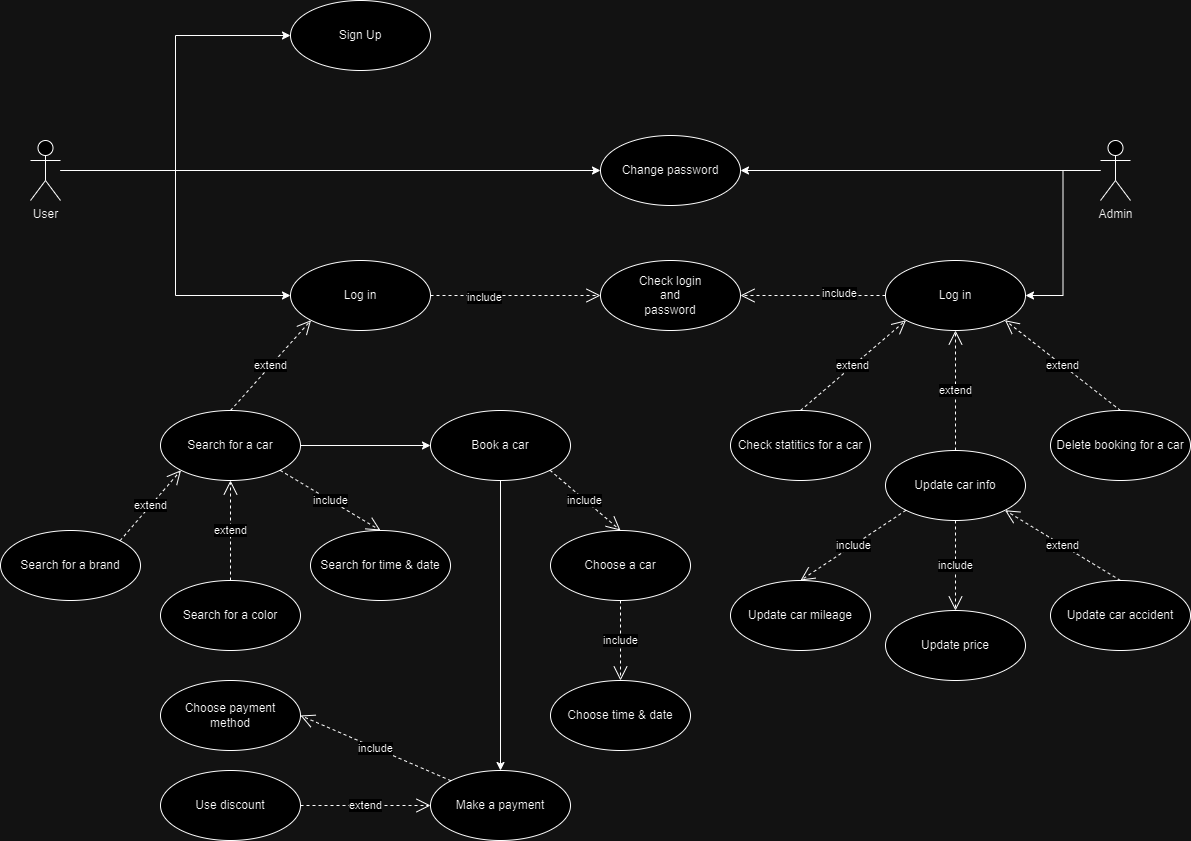
Above: use_case.drawio (1).png in AbdullinaLR/UML (draw.io), before the change. Source tidied: cells renumbered, new cells last; positions are measured from the earlier drawing's top-left corner, leaving out a move shared by most shapes. The source it was exported from:
```xml
<mxGraphModel>
  <root>
    <mxCell id="0" />
    <mxCell id="1" parent="0" />
    <mxCell id="2" style="edgeStyle=orthogonalEdgeStyle;rounded=0;jettySize=auto;html=1;entryX=1;entryY=0.5;entryDx=0;entryDy=0;" parent="1" edge="1" source="4" target="33">
      <mxGeometry relative="1" as="geometry" />
    </mxCell>
    <mxCell id="3" style="edgeStyle=orthogonalEdgeStyle;rounded=0;jettySize=auto;html=1;entryX=1;entryY=0.5;entryDx=0;entryDy=0;" parent="1" edge="1" source="4" target="35">
      <mxGeometry relative="1" as="geometry" />
    </mxCell>
    <mxCell id="4" value="Admin" style="shape=umlActor;verticalLabelPosition=bottom;verticalAlign=top;html=1;outlineConnect=0;" parent="1" vertex="1">
      <mxGeometry x="1100" y="140" width="30" height="60" as="geometry" />
    </mxCell>
    <mxCell id="5" value="Make a payment" style="ellipse;whiteSpace=wrap;html=1;" parent="1" vertex="1">
      <mxGeometry x="430" y="770" width="140" height="70" as="geometry" />
    </mxCell>
    <mxCell id="6" value="Use discount" style="ellipse;whiteSpace=wrap;html=1;" parent="1" vertex="1">
      <mxGeometry x="160" y="770" width="140" height="70" as="geometry" />
    </mxCell>
    <mxCell id="7" value="extend" style="endArrow=open;endSize=12;dashed=1;html=1;rounded=0;exitX=1;exitY=0.5;exitDx=0;exitDy=0;entryX=0;entryY=0.5;entryDx=0;entryDy=0;exitPerimeter=0;" parent="1" edge="1" source="6" target="5">
      <mxGeometry relative="1" as="geometry" />
    </mxCell>
    <mxCell id="8" value="Choose&amp;nbsp;payment &lt;br&gt;method" style="ellipse;whiteSpace=wrap;html=1;" parent="1" vertex="1">
      <mxGeometry x="160" y="680" width="140" height="70" as="geometry" />
    </mxCell>
    <mxCell id="9" value="include" style="endArrow=open;endSize=12;dashed=1;html=1;rounded=0;exitX=0;exitY=0;exitDx=0;exitDy=0;entryX=1;entryY=0.5;entryDx=0;entryDy=0;" parent="1" edge="1" source="5" target="8">
      <mxGeometry relative="1" as="geometry" />
    </mxCell>
    <mxCell id="10" style="edgeStyle=orthogonalEdgeStyle;rounded=0;jettySize=auto;html=1;entryX=0;entryY=0.5;entryDx=0;entryDy=0;" parent="1" edge="1" source="13" target="31">
      <mxGeometry relative="1" as="geometry" />
    </mxCell>
    <mxCell id="11" style="edgeStyle=orthogonalEdgeStyle;rounded=0;jettySize=auto;html=1;entryX=0;entryY=0.5;entryDx=0;entryDy=0;" parent="1" edge="1" source="13" target="28">
      <mxGeometry relative="1" as="geometry" />
    </mxCell>
    <mxCell id="12" style="edgeStyle=orthogonalEdgeStyle;rounded=0;jettySize=auto;html=1;entryX=0;entryY=0.5;entryDx=0;entryDy=0;" parent="1" edge="1" source="13" target="35">
      <mxGeometry relative="1" as="geometry" />
    </mxCell>
    <mxCell id="13" value="User" style="shape=umlActor;verticalLabelPosition=bottom;verticalAlign=top;html=1;outlineConnect=0;" parent="1" vertex="1">
      <mxGeometry x="30" y="140" width="30" height="60" as="geometry" />
    </mxCell>
    <mxCell id="14" style="edgeStyle=orthogonalEdgeStyle;rounded=0;jettySize=auto;html=1;entryX=0;entryY=0.5;entryDx=0;entryDy=0;" parent="1" edge="1" source="15" target="23">
      <mxGeometry relative="1" as="geometry" />
    </mxCell>
    <mxCell id="15" value="Search for a car" style="ellipse;whiteSpace=wrap;html=1;" parent="1" vertex="1">
      <mxGeometry x="160" y="410" width="140" height="70" as="geometry" />
    </mxCell>
    <mxCell id="16" value="Search for a color" style="ellipse;whiteSpace=wrap;html=1;" parent="1" vertex="1">
      <mxGeometry x="160" y="580" width="140" height="70" as="geometry" />
    </mxCell>
    <mxCell id="17" value="Search for time &amp;amp; date" style="ellipse;whiteSpace=wrap;html=1;" parent="1" vertex="1">
      <mxGeometry x="310" y="530" width="140" height="70" as="geometry" />
    </mxCell>
    <mxCell id="18" value="Search for a brand" style="ellipse;whiteSpace=wrap;html=1;" parent="1" vertex="1">
      <mxGeometry y="530" width="140" height="70" as="geometry" />
    </mxCell>
    <mxCell id="19" value="include" style="endArrow=open;endSize=12;dashed=1;html=1;rounded=0;exitX=1;exitY=1;exitDx=0;exitDy=0;entryX=0.5;entryY=0;entryDx=0;entryDy=0;" parent="1" edge="1" source="15" target="17">
      <mxGeometry relative="1" as="geometry" />
    </mxCell>
    <mxCell id="20" value="extend" style="endArrow=open;endSize=12;dashed=1;html=1;rounded=0;exitX=0.5;exitY=0;exitDx=0;exitDy=0;entryX=0.5;entryY=1;entryDx=0;entryDy=0;" parent="1" edge="1" source="16" target="15">
      <mxGeometry relative="1" as="geometry" />
    </mxCell>
    <mxCell id="21" value="extend" style="endArrow=open;endSize=12;dashed=1;html=1;rounded=0;exitX=1;exitY=0;exitDx=0;exitDy=0;entryX=0;entryY=1;entryDx=0;entryDy=0;" parent="1" edge="1" source="18" target="15">
      <mxGeometry relative="1" as="geometry" />
    </mxCell>
    <mxCell id="22" style="edgeStyle=orthogonalEdgeStyle;rounded=0;jettySize=auto;html=1;entryX=0.5;entryY=0;entryDx=0;entryDy=0;exitX=0.5;exitY=1;exitDx=0;exitDy=0;" parent="1" edge="1" source="23" target="5">
      <mxGeometry relative="1" as="geometry" />
    </mxCell>
    <mxCell id="23" value="Book a car" style="ellipse;whiteSpace=wrap;html=1;" parent="1" vertex="1">
      <mxGeometry x="430" y="410" width="140" height="70" as="geometry" />
    </mxCell>
    <mxCell id="24" value="Choose a car" style="ellipse;whiteSpace=wrap;html=1;" parent="1" vertex="1">
      <mxGeometry x="550" y="530" width="140" height="70" as="geometry" />
    </mxCell>
    <mxCell id="25" value="include" style="endArrow=open;endSize=12;dashed=1;html=1;rounded=0;exitX=1;exitY=1;exitDx=0;exitDy=0;entryX=0.5;entryY=0;entryDx=0;entryDy=0;" parent="1" edge="1" source="23" target="24">
      <mxGeometry relative="1" as="geometry" />
    </mxCell>
    <mxCell id="26" value="Choose time &amp;amp; date" style="ellipse;whiteSpace=wrap;html=1;" parent="1" vertex="1">
      <mxGeometry x="550" y="680" width="140" height="70" as="geometry" />
    </mxCell>
    <mxCell id="27" value="include" style="endArrow=open;endSize=12;dashed=1;html=1;rounded=0;exitX=0.5;exitY=1;exitDx=0;exitDy=0;entryX=0.5;entryY=0;entryDx=0;entryDy=0;" parent="1" edge="1" source="24" target="26">
      <mxGeometry relative="1" as="geometry" />
    </mxCell>
    <mxCell id="28" value="Log in" style="ellipse;whiteSpace=wrap;html=1;" parent="1" vertex="1">
      <mxGeometry x="290" y="260" width="140" height="70" as="geometry" />
    </mxCell>
    <mxCell id="29" value="Check login&lt;br&gt;and&lt;br&gt;password" style="ellipse;whiteSpace=wrap;html=1;" parent="1" vertex="1">
      <mxGeometry x="600" y="260" width="140" height="70" as="geometry" />
    </mxCell>
    <mxCell id="30" value="include" style="endArrow=open;endSize=12;dashed=1;html=1;rounded=0;entryX=0;entryY=0.5;entryDx=0;entryDy=0;" parent="1" edge="1" source="28" target="29">
      <mxGeometry x="-0.37" y="-2" relative="1" as="geometry" />
    </mxCell>
    <mxCell id="31" value="Sign Up" style="ellipse;whiteSpace=wrap;html=1;" parent="1" vertex="1">
      <mxGeometry x="290" width="140" height="70" as="geometry" />
    </mxCell>
    <mxCell id="32" value="extend" style="endArrow=open;endSize=12;dashed=1;html=1;rounded=0;exitX=0.5;exitY=0;exitDx=0;exitDy=0;entryX=0;entryY=1;entryDx=0;entryDy=0;" parent="1" edge="1" source="15" target="28">
      <mxGeometry relative="1" as="geometry" />
    </mxCell>
    <mxCell id="33" value="Log in" style="ellipse;whiteSpace=wrap;html=1;" parent="1" vertex="1">
      <mxGeometry x="885" y="260" width="140" height="70" as="geometry" />
    </mxCell>
    <mxCell id="34" value="include" style="endArrow=open;endSize=12;dashed=1;html=1;rounded=0;entryX=1;entryY=0.5;entryDx=0;entryDy=0;" parent="1" edge="1" source="33" target="29">
      <mxGeometry x="-0.37" y="-2" relative="1" as="geometry" />
    </mxCell>
    <mxCell id="35" value="Change password" style="ellipse;whiteSpace=wrap;html=1;" parent="1" vertex="1">
      <mxGeometry x="600" y="135" width="140" height="70" as="geometry" />
    </mxCell>
    <mxCell id="36" value="Check statitics for a car" style="ellipse;whiteSpace=wrap;html=1;" parent="1" vertex="1">
      <mxGeometry x="730" y="410" width="140" height="70" as="geometry" />
    </mxCell>
    <mxCell id="37" value="extend" style="endArrow=open;endSize=12;dashed=1;html=1;rounded=0;exitX=0.5;exitY=0;exitDx=0;exitDy=0;entryX=0;entryY=1;entryDx=0;entryDy=0;" parent="1" edge="1" source="36" target="33">
      <mxGeometry relative="1" as="geometry" />
    </mxCell>
    <mxCell id="38" value="Delete booking for a car" style="ellipse;whiteSpace=wrap;html=1;" parent="1" vertex="1">
      <mxGeometry x="1050" y="410" width="140" height="70" as="geometry" />
    </mxCell>
    <mxCell id="39" value="extend" style="endArrow=open;endSize=12;dashed=1;html=1;rounded=0;exitX=0.5;exitY=0;exitDx=0;exitDy=0;entryX=1;entryY=1;entryDx=0;entryDy=0;" parent="1" edge="1" source="38" target="33">
      <mxGeometry relative="1" as="geometry" />
    </mxCell>
    <mxCell id="40" value="Update car info" style="ellipse;whiteSpace=wrap;html=1;" parent="1" vertex="1">
      <mxGeometry x="885" y="450" width="140" height="70" as="geometry" />
    </mxCell>
    <mxCell id="41" value="extend" style="endArrow=open;endSize=12;dashed=1;html=1;rounded=0;exitX=0.5;exitY=0;exitDx=0;exitDy=0;entryX=0.5;entryY=1;entryDx=0;entryDy=0;" parent="1" edge="1" source="40" target="33">
      <mxGeometry relative="1" as="geometry" />
    </mxCell>
    <mxCell id="42" value="Update&amp;nbsp;car mileage" style="ellipse;whiteSpace=wrap;html=1;" parent="1" vertex="1">
      <mxGeometry x="730" y="580" width="140" height="70" as="geometry" />
    </mxCell>
    <mxCell id="43" value="Update price" style="ellipse;whiteSpace=wrap;html=1;" parent="1" vertex="1">
      <mxGeometry x="885" y="610" width="140" height="70" as="geometry" />
    </mxCell>
    <mxCell id="44" value="Update car accident" style="ellipse;whiteSpace=wrap;html=1;" parent="1" vertex="1">
      <mxGeometry x="1050" y="580" width="140" height="70" as="geometry" />
    </mxCell>
    <mxCell id="45" value="extend" style="endArrow=open;endSize=12;dashed=1;html=1;rounded=0;exitX=0.5;exitY=0;exitDx=0;exitDy=0;entryX=1;entryY=1;entryDx=0;entryDy=0;" parent="1" edge="1" source="44" target="40">
      <mxGeometry relative="1" as="geometry" />
    </mxCell>
    <mxCell id="46" value="include" style="endArrow=open;endSize=12;dashed=1;html=1;rounded=0;exitX=0;exitY=1;exitDx=0;exitDy=0;entryX=0.5;entryY=0;entryDx=0;entryDy=0;" parent="1" edge="1" source="40" target="42">
      <mxGeometry relative="1" as="geometry" />
    </mxCell>
    <mxCell id="47" value="include" style="endArrow=open;endSize=12;dashed=1;html=1;rounded=0;exitX=0.5;exitY=1;exitDx=0;exitDy=0;entryX=0.5;entryY=0;entryDx=0;entryDy=0;" parent="1" edge="1" source="40" target="43">
      <mxGeometry relative="1" as="geometry" />
    </mxCell>
  </root>
</mxGraphModel>
```
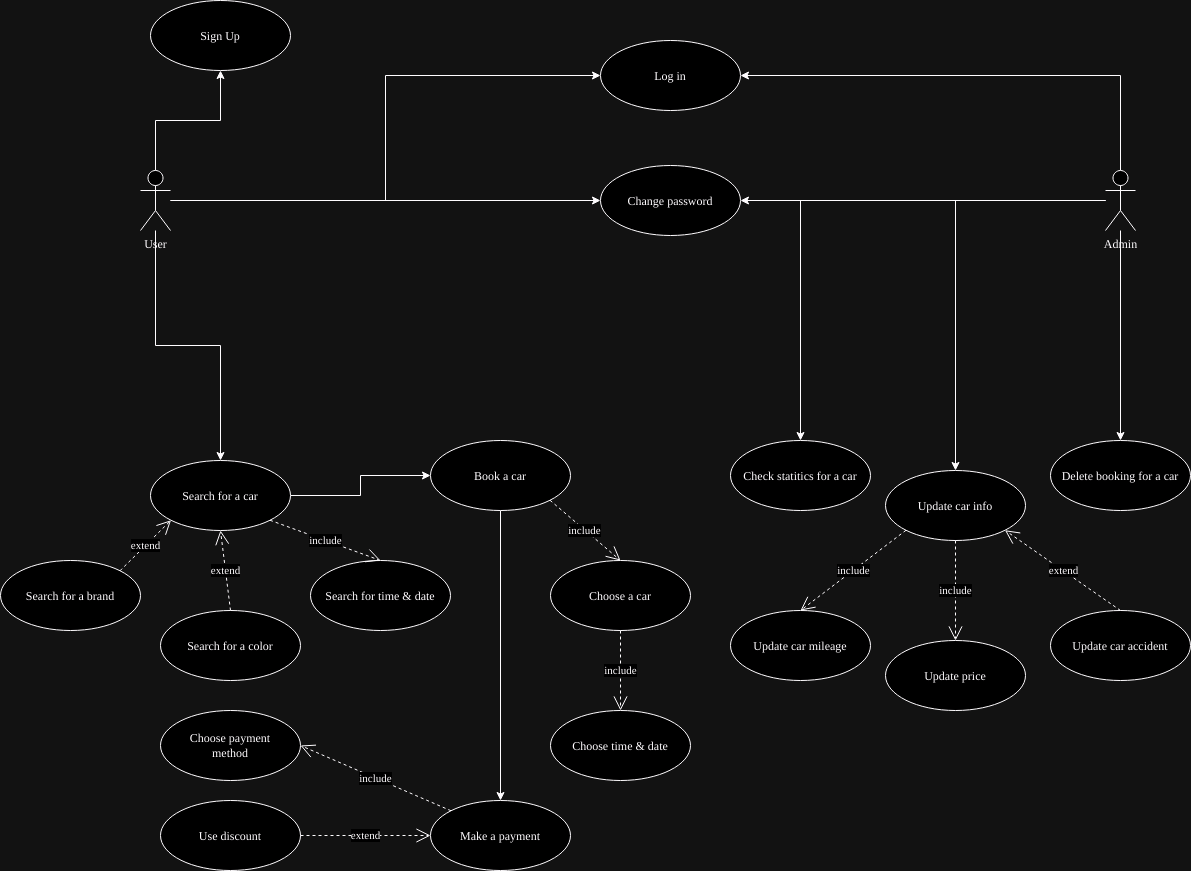
The same diagram one commit later.

Diff of the diagram source:
```diff
@@ -2,14 +2,23 @@
   <root>
     <mxCell id="0" />
     <mxCell id="1" parent="0" />
-    <mxCell id="2" style="edgeStyle=orthogonalEdgeStyle;rounded=0;jettySize=auto;html=1;entryX=1;entryY=0.5;entryDx=0;entryDy=0;" parent="1" edge="1" source="4" target="33">
-      <mxGeometry relative="1" as="geometry" />
-    </mxCell>
     <mxCell id="3" style="edgeStyle=orthogonalEdgeStyle;rounded=0;jettySize=auto;html=1;entryX=1;entryY=0.5;entryDx=0;entryDy=0;" parent="1" edge="1" source="4" target="35">
       <mxGeometry relative="1" as="geometry" />
     </mxCell>
+    <mxCell id="48" style="edgeStyle=orthogonalEdgeStyle;rounded=0;jettySize=auto;html=1;entryX=0.5;entryY=0;entryDx=0;entryDy=0;" parent="1" edge="1" source="4" target="40">
+      <mxGeometry relative="1" as="geometry" />
+    </mxCell>
+    <mxCell id="49" style="edgeStyle=orthogonalEdgeStyle;rounded=0;jettySize=auto;html=1;entryX=0.5;entryY=0;entryDx=0;entryDy=0;" parent="1" edge="1" source="4" target="36">
+      <mxGeometry relative="1" as="geometry" />
+    </mxCell>
+    <mxCell id="50" style="edgeStyle=orthogonalEdgeStyle;rounded=0;jettySize=auto;html=1;entryX=0.5;entryY=0;entryDx=0;entryDy=0;" parent="1" edge="1" source="4" target="38">
+      <mxGeometry relative="1" as="geometry" />
+    </mxCell>
+    <mxCell id="51" style="edgeStyle=orthogonalEdgeStyle;rounded=0;jettySize=auto;html=1;exitX=0.5;exitY=0;exitDx=0;exitDy=0;exitPerimeter=0;entryX=1;entryY=0.5;entryDx=0;entryDy=0;" parent="1" edge="1" source="4" target="28">
+      <mxGeometry relative="1" as="geometry" />
+    </mxCell>
     <mxCell id="4" value="Admin" style="shape=umlActor;verticalLabelPosition=bottom;verticalAlign=top;html=1;outlineConnect=0;" parent="1" vertex="1">
-      <mxGeometry x="1100" y="140" width="30" height="60" as="geometry" />
+      <mxGeometry x="1105" y="140" width="30" height="60" as="geometry" />
     </mxCell>
     <mxCell id="5" value="Make a payment" style="ellipse;whiteSpace=wrap;html=1;" parent="1" vertex="1">
       <mxGeometry x="430" y="770" width="140" height="70" as="geometry" />
@@ -26,23 +35,26 @@
     <mxCell id="9" value="include" style="endArrow=open;endSize=12;dashed=1;html=1;rounded=0;exitX=0;exitY=0;exitDx=0;exitDy=0;entryX=1;entryY=0.5;entryDx=0;entryDy=0;" parent="1" edge="1" source="5" target="8">
       <mxGeometry relative="1" as="geometry" />
     </mxCell>
+    <mxCell id="12" style="edgeStyle=orthogonalEdgeStyle;rounded=0;jettySize=auto;html=1;entryX=0;entryY=0.5;entryDx=0;entryDy=0;" parent="1" edge="1" source="13" target="35">
+      <mxGeometry relative="1" as="geometry" />
+    </mxCell>
+    <mxCell id="11" style="edgeStyle=orthogonalEdgeStyle;rounded=0;jettySize=auto;html=1;entryX=0;entryY=0.5;entryDx=0;entryDy=0;" parent="1" edge="1" source="13" target="28">
+      <mxGeometry relative="1" as="geometry" />
+    </mxCell>
+    <mxCell id="52" style="edgeStyle=orthogonalEdgeStyle;rounded=0;jettySize=auto;html=1;entryX=0.5;entryY=0;entryDx=0;entryDy=0;" parent="1" edge="1" source="13" target="15">
+      <mxGeometry relative="1" as="geometry" />
+    </mxCell>
-    <mxCell id="10" style="edgeStyle=orthogonalEdgeStyle;rounded=0;jettySize=auto;html=1;entryX=0;entryY=0.5;entryDx=0;entryDy=0;" parent="1" edge="1" source="13" target="31">
+    <mxCell id="10" style="edgeStyle=orthogonalEdgeStyle;rounded=0;jettySize=auto;html=1;entryX=0.5;entryY=1;entryDx=0;entryDy=0;" parent="1" edge="1" source="13" target="31">
       <mxGeometry relative="1" as="geometry" />
     </mxCell>
-    <mxCell id="11" style="edgeStyle=orthogonalEdgeStyle;rounded=0;jettySize=auto;html=1;entryX=0;entryY=0.5;entryDx=0;entryDy=0;" parent="1" edge="1" source="13" target="28">
-      <mxGeometry relative="1" as="geometry" />
-    </mxCell>
-    <mxCell id="12" style="edgeStyle=orthogonalEdgeStyle;rounded=0;jettySize=auto;html=1;entryX=0;entryY=0.5;entryDx=0;entryDy=0;" parent="1" edge="1" source="13" target="35">
-      <mxGeometry relative="1" as="geometry" />
-    </mxCell>
     <mxCell id="13" value="User" style="shape=umlActor;verticalLabelPosition=bottom;verticalAlign=top;html=1;outlineConnect=0;" parent="1" vertex="1">
-      <mxGeometry x="30" y="140" width="30" height="60" as="geometry" />
+      <mxGeometry x="140" y="140" width="30" height="60" as="geometry" />
     </mxCell>
     <mxCell id="14" style="edgeStyle=orthogonalEdgeStyle;rounded=0;jettySize=auto;html=1;entryX=0;entryY=0.5;entryDx=0;entryDy=0;" parent="1" edge="1" source="15" target="23">
       <mxGeometry relative="1" as="geometry" />
     </mxCell>
     <mxCell id="15" value="Search for a car" style="ellipse;whiteSpace=wrap;html=1;" parent="1" vertex="1">
-      <mxGeometry x="160" y="410" width="140" height="70" as="geometry" />
+      <mxGeometry x="150" y="430" width="140" height="70" as="geometry" />
     </mxCell>
     <mxCell id="16" value="Search for a color" style="ellipse;whiteSpace=wrap;html=1;" parent="1" vertex="1">
       <mxGeometry x="160" y="580" width="140" height="70" as="geometry" />
@@ -81,47 +93,23 @@
       <mxGeometry relative="1" as="geometry" />
     </mxCell>
     <mxCell id="28" value="Log in" style="ellipse;whiteSpace=wrap;html=1;" parent="1" vertex="1">
-      <mxGeometry x="290" y="260" width="140" height="70" as="geometry" />
+      <mxGeometry x="600" y="10" width="140" height="70" as="geometry" />
     </mxCell>
-    <mxCell id="29" value="Check login&lt;br&gt;and&lt;br&gt;password" style="ellipse;whiteSpace=wrap;html=1;" parent="1" vertex="1">
-      <mxGeometry x="600" y="260" width="140" height="70" as="geometry" />
-    </mxCell>
-    <mxCell id="30" value="include" style="endArrow=open;endSize=12;dashed=1;html=1;rounded=0;entryX=0;entryY=0.5;entryDx=0;entryDy=0;" parent="1" edge="1" source="28" target="29">
-      <mxGeometry x="-0.37" y="-2" relative="1" as="geometry" />
-    </mxCell>
     <mxCell id="31" value="Sign Up" style="ellipse;whiteSpace=wrap;html=1;" parent="1" vertex="1">
-      <mxGeometry x="290" width="140" height="70" as="geometry" />
+      <mxGeometry x="150" y="-30" width="140" height="70" as="geometry" />
     </mxCell>
-    <mxCell id="32" value="extend" style="endArrow=open;endSize=12;dashed=1;html=1;rounded=0;exitX=0.5;exitY=0;exitDx=0;exitDy=0;entryX=0;entryY=1;entryDx=0;entryDy=0;" parent="1" edge="1" source="15" target="28">
-      <mxGeometry relative="1" as="geometry" />
-    </mxCell>
-    <mxCell id="33" value="Log in" style="ellipse;whiteSpace=wrap;html=1;" parent="1" vertex="1">
-      <mxGeometry x="885" y="260" width="140" height="70" as="geometry" />
-    </mxCell>
-    <mxCell id="34" value="include" style="endArrow=open;endSize=12;dashed=1;html=1;rounded=0;entryX=1;entryY=0.5;entryDx=0;entryDy=0;" parent="1" edge="1" source="33" target="29">
-      <mxGeometry x="-0.37" y="-2" relative="1" as="geometry" />
-    </mxCell>
     <mxCell id="35" value="Change password" style="ellipse;whiteSpace=wrap;html=1;" parent="1" vertex="1">
       <mxGeometry x="600" y="135" width="140" height="70" as="geometry" />
     </mxCell>
     <mxCell id="36" value="Check statitics for a car" style="ellipse;whiteSpace=wrap;html=1;" parent="1" vertex="1">
       <mxGeometry x="730" y="410" width="140" height="70" as="geometry" />
     </mxCell>
-    <mxCell id="37" value="extend" style="endArrow=open;endSize=12;dashed=1;html=1;rounded=0;exitX=0.5;exitY=0;exitDx=0;exitDy=0;entryX=0;entryY=1;entryDx=0;entryDy=0;" parent="1" edge="1" source="36" target="33">
-      <mxGeometry relative="1" as="geometry" />
-    </mxCell>
     <mxCell id="38" value="Delete booking for a car" style="ellipse;whiteSpace=wrap;html=1;" parent="1" vertex="1">
       <mxGeometry x="1050" y="410" width="140" height="70" as="geometry" />
     </mxCell>
-    <mxCell id="39" value="extend" style="endArrow=open;endSize=12;dashed=1;html=1;rounded=0;exitX=0.5;exitY=0;exitDx=0;exitDy=0;entryX=1;entryY=1;entryDx=0;entryDy=0;" parent="1" edge="1" source="38" target="33">
-      <mxGeometry relative="1" as="geometry" />
-    </mxCell>
     <mxCell id="40" value="Update car info" style="ellipse;whiteSpace=wrap;html=1;" parent="1" vertex="1">
-      <mxGeometry x="885" y="450" width="140" height="70" as="geometry" />
+      <mxGeometry x="885" y="440" width="140" height="70" as="geometry" />
     </mxCell>
-    <mxCell id="41" value="extend" style="endArrow=open;endSize=12;dashed=1;html=1;rounded=0;exitX=0.5;exitY=0;exitDx=0;exitDy=0;entryX=0.5;entryY=1;entryDx=0;entryDy=0;" parent="1" edge="1" source="40" target="33">
-      <mxGeometry relative="1" as="geometry" />
-    </mxCell>
     <mxCell id="42" value="Update&amp;nbsp;car mileage" style="ellipse;whiteSpace=wrap;html=1;" parent="1" vertex="1">
       <mxGeometry x="730" y="580" width="140" height="70" as="geometry" />
     </mxCell>
```
